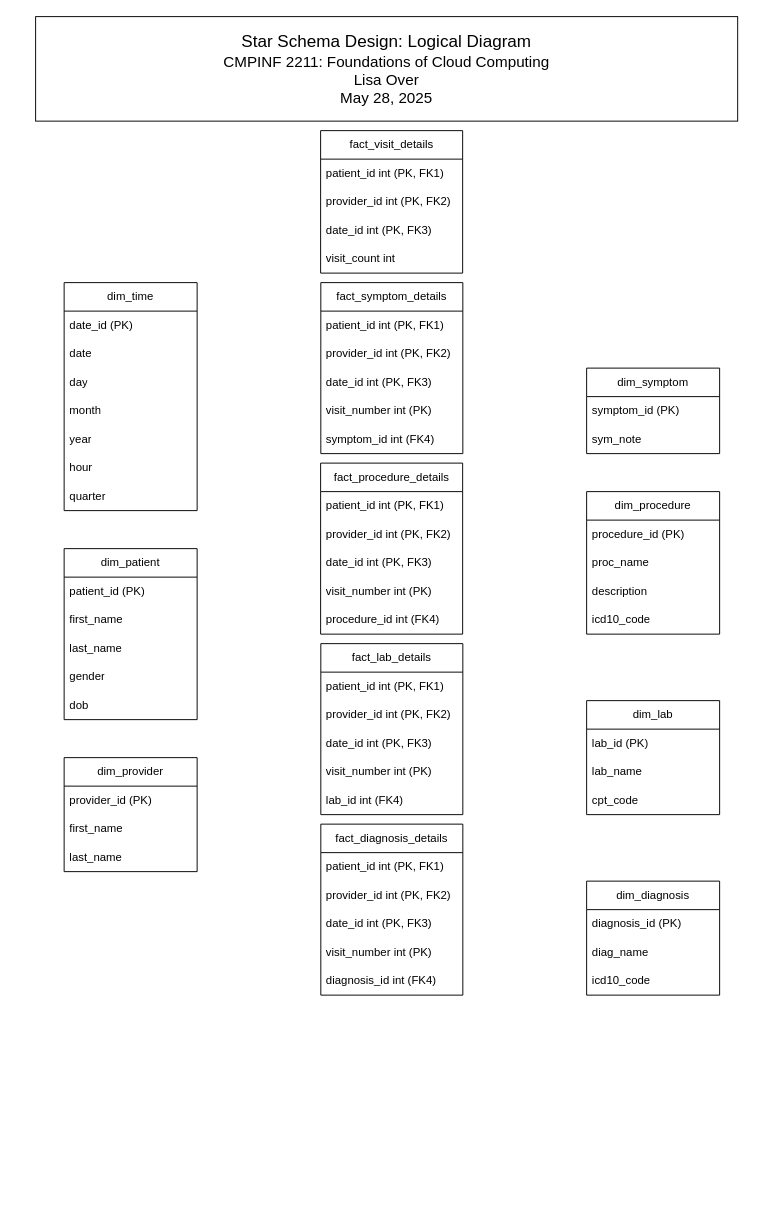
This is EMR_Star_Schema/emr_star_schema_logic_diagram.drawio from sandbox-lisa/drawio, a draw.io file, before an edit. Source tidied: cells renumbered, new cells numbered last; positions are measured from the earlier drawing's top-left corner, leaving out a move shared by most shapes. Both pictures are drawn from the tidied source at 95%, with x=0, y=0 at pixel (35, 16).
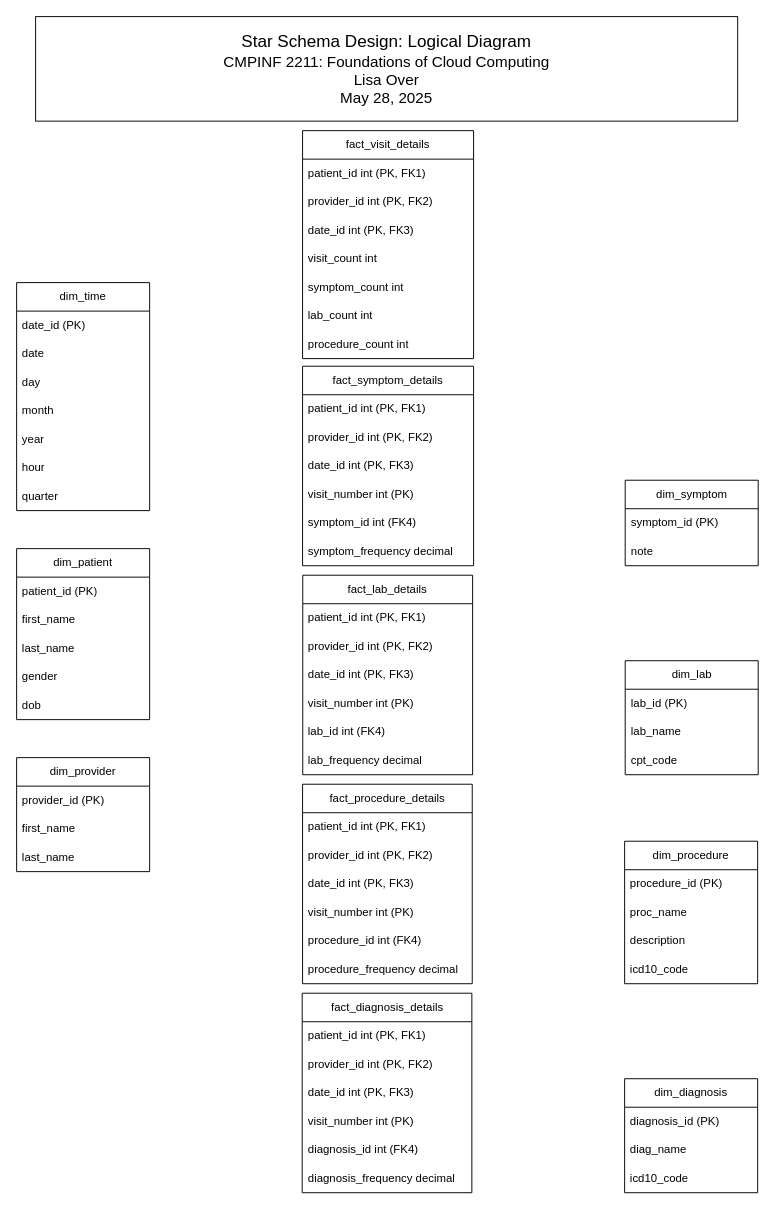
The same page after the edit.

The edit, as a diff of the source:
```diff
@@
     <mxCell id="2" value="fact_visit_details" style="swimlane;fontStyle=0;horizontal=1;startSize=30;whiteSpace=wrap;html=1;" parent="1" vertex="1">
-      <mxGeometry x="300" y="120" width="149.5" height="150" as="geometry" />
+      <mxGeometry x="281" y="120" width="180" height="240" as="geometry" />
     </mxCell>
     <mxCell id="3" value="patient_id int (PK, FK1)" style="text;strokeColor=none;fillColor=none;align=left;verticalAlign=middle;spacingLeft=4;spacingRight=4;overflow=hidden;whiteSpace=wrap;html=1;" parent="2" vertex="1">
-      <mxGeometry y="30" width="149.5" height="30" as="geometry" />
+      <mxGeometry y="30" width="180" height="30" as="geometry" />
     </mxCell>
     <mxCell id="4" value="provider_id int (PK, FK2)" style="text;strokeColor=none;fillColor=none;align=left;verticalAlign=middle;spacingLeft=4;spacingRight=4;overflow=hidden;whiteSpace=wrap;html=1;" parent="2" vertex="1">
-      <mxGeometry y="60" width="149.5" height="30" as="geometry" />
+      <mxGeometry y="60" width="180" height="30" as="geometry" />
     </mxCell>
     <mxCell id="5" value="date_id int (PK, FK3)" style="text;strokeColor=none;fillColor=none;align=left;verticalAlign=middle;spacingLeft=4;spacingRight=4;overflow=hidden;whiteSpace=wrap;html=1;" parent="2" vertex="1">
-      <mxGeometry y="90" width="149.5" height="30" as="geometry" />
+      <mxGeometry y="90" width="180" height="30" as="geometry" />
     </mxCell>
     <mxCell id="6" value="visit_count int" style="text;strokeColor=none;fillColor=none;align=left;verticalAlign=middle;spacingLeft=4;spacingRight=4;overflow=hidden;whiteSpace=wrap;html=1;" parent="2" vertex="1">
-      <mxGeometry y="120" width="149.5" height="30" as="geometry" />
+      <mxGeometry y="120" width="180" height="30" as="geometry" />
     </mxCell>
+    <mxCell id="66" value="symptom_count int" style="text;strokeColor=none;fillColor=none;align=left;verticalAlign=middle;spacingLeft=4;spacingRight=4;overflow=hidden;whiteSpace=wrap;html=1;" parent="2" vertex="1">
+      <mxGeometry y="150" width="180" height="30" as="geometry" />
+    </mxCell>
+    <mxCell id="67" value="lab_count int" style="text;strokeColor=none;fillColor=none;align=left;verticalAlign=middle;spacingLeft=4;spacingRight=4;overflow=hidden;whiteSpace=wrap;html=1;" parent="2" vertex="1">
+      <mxGeometry y="180" width="180" height="30" as="geometry" />
+    </mxCell>
+    <mxCell id="68" value="procedure_count int" style="text;strokeColor=none;fillColor=none;align=left;verticalAlign=middle;spacingLeft=4;spacingRight=4;overflow=hidden;whiteSpace=wrap;html=1;" parent="2" vertex="1">
+      <mxGeometry y="210" width="180" height="30" as="geometry" />
+    </mxCell>
     <mxCell id="7" value="dim_time" style="swimlane;fontStyle=0;horizontal=1;startSize=30;whiteSpace=wrap;html=1;" parent="1" vertex="1">
-      <mxGeometry x="30" y="280" width="140" height="240" as="geometry" />
+      <mxGeometry x="-20" y="280" width="140" height="240" as="geometry" />
     </mxCell>
@@
     <mxCell id="15" value="dim_patient" style="swimlane;fontStyle=0;horizontal=1;startSize=30;whiteSpace=wrap;html=1;" parent="1" vertex="1">
-      <mxGeometry x="30" y="560" width="140" height="180" as="geometry" />
+      <mxGeometry x="-20" y="560" width="140" height="180" as="geometry" />
     </mxCell>
@@
     <mxCell id="21" value="dim_provider" style="swimlane;fontStyle=0;horizontal=1;startSize=30;whiteSpace=wrap;html=1;" parent="1" vertex="1">
-      <mxGeometry x="30" y="780" width="140" height="120" as="geometry" />
+      <mxGeometry x="-20" y="780" width="140" height="120" as="geometry" />
     </mxCell>
@@
-    <mxCell id="25" value="dim_procedure" style="swimlane;fontStyle=0;horizontal=1;startSize=30;whiteSpace=wrap;html=1;" parent="1" vertex="1">
-      <mxGeometry x="580" y="500" width="140" height="150" as="geometry" />
-    </mxCell>
-    <mxCell id="26" value="procedure_id (PK)" style="text;strokeColor=none;fillColor=none;align=left;verticalAlign=middle;spacingLeft=4;spacingRight=4;overflow=hidden;whiteSpace=wrap;html=1;" parent="25" vertex="1">
-      <mxGeometry y="30" width="140" height="30" as="geometry" />
-    </mxCell>
-    <mxCell id="27" value="proc_name" style="text;strokeColor=none;fillColor=none;align=left;verticalAlign=middle;spacingLeft=4;spacingRight=4;overflow=hidden;whiteSpace=wrap;html=1;" parent="25" vertex="1">
-      <mxGeometry y="60" width="140" height="30" as="geometry" />
-    </mxCell>
-    <mxCell id="28" value="description" style="text;strokeColor=none;fillColor=none;align=left;verticalAlign=middle;spacingLeft=4;spacingRight=4;overflow=hidden;whiteSpace=wrap;html=1;" parent="25" vertex="1">
-      <mxGeometry y="90" width="140" height="30" as="geometry" />
-    </mxCell>
-    <mxCell id="29" value="icd10_code" style="text;strokeColor=none;fillColor=none;align=left;verticalAlign=middle;spacingLeft=4;spacingRight=4;overflow=hidden;whiteSpace=wrap;html=1;" parent="25" vertex="1">
-      <mxGeometry y="120" width="140" height="30" as="geometry" />
-    </mxCell>
     <mxCell id="30" value="dim_diagnosis" style="swimlane;fontStyle=0;horizontal=1;startSize=30;whiteSpace=wrap;html=1;" parent="1" vertex="1">
-      <mxGeometry x="580" y="910" width="140" height="120" as="geometry" />
+      <mxGeometry x="620" y="1118" width="140" height="120" as="geometry" />
     </mxCell>
@@
     <mxCell id="34" value="dim_symptom" style="swimlane;fontStyle=0;horizontal=1;startSize=30;whiteSpace=wrap;html=1;" parent="1" vertex="1">
-      <mxGeometry x="580" y="370" width="140" height="90" as="geometry" />
+      <mxGeometry x="620.6" y="488" width="140" height="90" as="geometry" />
     </mxCell>
@@
-    <mxCell id="36" value="sym_note" style="text;strokeColor=none;fillColor=none;align=left;verticalAlign=middle;spacingLeft=4;spacingRight=4;overflow=hidden;whiteSpace=wrap;html=1;" parent="34" vertex="1">
+    <mxCell id="36" value="note" style="text;strokeColor=none;fillColor=none;align=left;verticalAlign=middle;spacingLeft=4;spacingRight=4;overflow=hidden;whiteSpace=wrap;html=1;" parent="34" vertex="1">
       <mxGeometry y="60" width="140" height="30" as="geometry" />
     </mxCell>
@@
     <mxCell id="38" value="fact_symptom_details" style="swimlane;fontStyle=0;horizontal=1;startSize=30;whiteSpace=wrap;html=1;" parent="1" vertex="1">
-      <mxGeometry x="300.2" y="280" width="149.5" height="180" as="geometry" />
+      <mxGeometry x="281" y="368" width="180" height="210" as="geometry" />
     </mxCell>
     <mxCell id="39" value="patient_id int (PK, FK1)" style="text;strokeColor=none;fillColor=none;align=left;verticalAlign=middle;spacingLeft=4;spacingRight=4;overflow=hidden;whiteSpace=wrap;html=1;" parent="38" vertex="1">
-      <mxGeometry y="30" width="149.5" height="30" as="geometry" />
+      <mxGeometry y="30" width="180" height="30" as="geometry" />
     </mxCell>
     <mxCell id="40" value="provider_id int (PK, FK2)" style="text;strokeColor=none;fillColor=none;align=left;verticalAlign=middle;spacingLeft=4;spacingRight=4;overflow=hidden;whiteSpace=wrap;html=1;" parent="38" vertex="1">
-      <mxGeometry y="60" width="149.5" height="30" as="geometry" />
+      <mxGeometry y="60" width="180" height="30" as="geometry" />
     </mxCell>
     <mxCell id="41" value="date_id int (PK, FK3)" style="text;strokeColor=none;fillColor=none;align=left;verticalAlign=middle;spacingLeft=4;spacingRight=4;overflow=hidden;whiteSpace=wrap;html=1;" parent="38" vertex="1">
-      <mxGeometry y="90" width="149.5" height="30" as="geometry" />
+      <mxGeometry y="90" width="180" height="30" as="geometry" />
     </mxCell>
     <mxCell id="42" value="visit_number int (PK)" style="text;strokeColor=none;fillColor=none;align=left;verticalAlign=middle;spacingLeft=4;spacingRight=4;overflow=hidden;whiteSpace=wrap;html=1;" parent="38" vertex="1">
-      <mxGeometry y="120" width="149.5" height="30" as="geometry" />
+      <mxGeometry y="120" width="180" height="30" as="geometry" />
     </mxCell>
     <mxCell id="43" value="symptom_id int&amp;nbsp;(FK4)" style="text;strokeColor=none;fillColor=none;align=left;verticalAlign=middle;spacingLeft=4;spacingRight=4;overflow=hidden;whiteSpace=wrap;html=1;" parent="38" vertex="1">
-      <mxGeometry y="150" width="149.5" height="30" as="geometry" />
+      <mxGeometry y="150" width="180" height="30" as="geometry" />
     </mxCell>
+    <mxCell id="69" value="symptom_frequency decimal" style="text;strokeColor=none;fillColor=none;align=left;verticalAlign=middle;spacingLeft=4;spacingRight=4;overflow=hidden;whiteSpace=wrap;html=1;" parent="38" vertex="1">
+      <mxGeometry y="180" width="180" height="30" as="geometry" />
+    </mxCell>
     <mxCell id="44" value="fact_procedure_details" style="swimlane;fontStyle=0;horizontal=1;startSize=30;whiteSpace=wrap;html=1;" parent="1" vertex="1">
-      <mxGeometry x="300" y="470" width="149.5" height="180" as="geometry" />
+      <mxGeometry x="281" y="808" width="178.6" height="210" as="geometry" />
     </mxCell>
     <mxCell id="45" value="patient_id int (PK, FK1)" style="text;strokeColor=none;fillColor=none;align=left;verticalAlign=middle;spacingLeft=4;spacingRight=4;overflow=hidden;whiteSpace=wrap;html=1;" parent="44" vertex="1">
-      <mxGeometry y="30" width="149.5" height="30" as="geometry" />
+      <mxGeometry y="30" width="178.6" height="30" as="geometry" />
     </mxCell>
     <mxCell id="46" value="provider_id int (PK, FK2)" style="text;strokeColor=none;fillColor=none;align=left;verticalAlign=middle;spacingLeft=4;spacingRight=4;overflow=hidden;whiteSpace=wrap;html=1;" parent="44" vertex="1">
-      <mxGeometry y="60" width="149.5" height="30" as="geometry" />
+      <mxGeometry y="60" width="178.6" height="30" as="geometry" />
     </mxCell>
     <mxCell id="47" value="date_id int (PK, FK3)" style="text;strokeColor=none;fillColor=none;align=left;verticalAlign=middle;spacingLeft=4;spacingRight=4;overflow=hidden;whiteSpace=wrap;html=1;" parent="44" vertex="1">
-      <mxGeometry y="90" width="149.5" height="30" as="geometry" />
+      <mxGeometry y="90" width="178.6" height="30" as="geometry" />
     </mxCell>
     <mxCell id="48" value="visit_number int (PK)" style="text;strokeColor=none;fillColor=none;align=left;verticalAlign=middle;spacingLeft=4;spacingRight=4;overflow=hidden;whiteSpace=wrap;html=1;" parent="44" vertex="1">
-      <mxGeometry y="120" width="149.5" height="30" as="geometry" />
+      <mxGeometry y="120" width="178.6" height="30" as="geometry" />
     </mxCell>
     <mxCell id="49" value="procedure_id int&amp;nbsp;(FK4)" style="text;strokeColor=none;fillColor=none;align=left;verticalAlign=middle;spacingLeft=4;spacingRight=4;overflow=hidden;whiteSpace=wrap;html=1;" parent="44" vertex="1">
-      <mxGeometry y="150" width="149.5" height="30" as="geometry" />
+      <mxGeometry y="150" width="178.6" height="30" as="geometry" />
     </mxCell>
+    <mxCell id="70" value="procedure_frequency decimal" style="text;strokeColor=none;fillColor=none;align=left;verticalAlign=middle;spacingLeft=4;spacingRight=4;overflow=hidden;whiteSpace=wrap;html=1;" parent="44" vertex="1">
+      <mxGeometry y="180" width="178.6" height="30" as="geometry" />
+    </mxCell>
     <mxCell id="50" value="fact_lab_details" style="swimlane;fontStyle=0;horizontal=1;startSize=30;whiteSpace=wrap;html=1;" parent="1" vertex="1">
-      <mxGeometry x="300.2" y="660" width="149.5" height="180" as="geometry" />
+      <mxGeometry x="281.2" y="588" width="178.8" height="210" as="geometry" />
     </mxCell>
     <mxCell id="51" value="patient_id int (PK, FK1)" style="text;strokeColor=none;fillColor=none;align=left;verticalAlign=middle;spacingLeft=4;spacingRight=4;overflow=hidden;whiteSpace=wrap;html=1;" parent="50" vertex="1">
-      <mxGeometry y="30" width="149.5" height="30" as="geometry" />
+      <mxGeometry y="30" width="178.8" height="30" as="geometry" />
     </mxCell>
     <mxCell id="52" value="provider_id int (PK, FK2)" style="text;strokeColor=none;fillColor=none;align=left;verticalAlign=middle;spacingLeft=4;spacingRight=4;overflow=hidden;whiteSpace=wrap;html=1;" parent="50" vertex="1">
-      <mxGeometry y="60" width="149.5" height="30" as="geometry" />
+      <mxGeometry y="60" width="178.8" height="30" as="geometry" />
     </mxCell>
     <mxCell id="53" value="date_id int (PK, FK3)" style="text;strokeColor=none;fillColor=none;align=left;verticalAlign=middle;spacingLeft=4;spacingRight=4;overflow=hidden;whiteSpace=wrap;html=1;" parent="50" vertex="1">
-      <mxGeometry y="90" width="149.5" height="30" as="geometry" />
+      <mxGeometry y="90" width="178.8" height="30" as="geometry" />
     </mxCell>
     <mxCell id="54" value="visit_number&amp;nbsp;int (PK)" style="text;strokeColor=none;fillColor=none;align=left;verticalAlign=middle;spacingLeft=4;spacingRight=4;overflow=hidden;whiteSpace=wrap;html=1;" parent="50" vertex="1">
-      <mxGeometry y="120" width="149.5" height="30" as="geometry" />
+      <mxGeometry y="120" width="178.8" height="30" as="geometry" />
     </mxCell>
     <mxCell id="55" value="lab_id&amp;nbsp;int&amp;nbsp;(FK4)" style="text;strokeColor=none;fillColor=none;align=left;verticalAlign=middle;spacingLeft=4;spacingRight=4;overflow=hidden;whiteSpace=wrap;html=1;" parent="50" vertex="1">
-      <mxGeometry y="150" width="149.5" height="30" as="geometry" />
+      <mxGeometry y="150" width="178.8" height="30" as="geometry" />
     </mxCell>
+    <mxCell id="71" value="lab_frequency decimal" style="text;strokeColor=none;fillColor=none;align=left;verticalAlign=middle;spacingLeft=4;spacingRight=4;overflow=hidden;whiteSpace=wrap;html=1;" parent="50" vertex="1">
+      <mxGeometry y="180" width="178.8" height="30" as="geometry" />
+    </mxCell>
     <mxCell id="56" value="fact_diagnosis_details" style="swimlane;fontStyle=0;horizontal=1;startSize=30;whiteSpace=wrap;html=1;" parent="1" vertex="1">
-      <mxGeometry x="300.2" y="850" width="149.5" height="180" as="geometry" />
+      <mxGeometry x="280.6" y="1028" width="178.6" height="210" as="geometry" />
     </mxCell>
     <mxCell id="57" value="patient_id int (PK, FK1)" style="text;strokeColor=none;fillColor=none;align=left;verticalAlign=middle;spacingLeft=4;spacingRight=4;overflow=hidden;whiteSpace=wrap;html=1;" parent="56" vertex="1">
-      <mxGeometry y="30" width="149.5" height="30" as="geometry" />
+      <mxGeometry y="30" width="178.6" height="30" as="geometry" />
     </mxCell>
     <mxCell id="58" value="provider_id int (PK, FK2)" style="text;strokeColor=none;fillColor=none;align=left;verticalAlign=middle;spacingLeft=4;spacingRight=4;overflow=hidden;whiteSpace=wrap;html=1;" parent="56" vertex="1">
-      <mxGeometry y="60" width="149.5" height="30" as="geometry" />
+      <mxGeometry y="60" width="178.6" height="30" as="geometry" />
     </mxCell>
     <mxCell id="59" value="date_id int (PK, FK3)" style="text;strokeColor=none;fillColor=none;align=left;verticalAlign=middle;spacingLeft=4;spacingRight=4;overflow=hidden;whiteSpace=wrap;html=1;" parent="56" vertex="1">
-      <mxGeometry y="90" width="149.5" height="30" as="geometry" />
+      <mxGeometry y="90" width="178.6" height="30" as="geometry" />
     </mxCell>
     <mxCell id="60" value="visit_number&amp;nbsp;int (PK)" style="text;strokeColor=none;fillColor=none;align=left;verticalAlign=middle;spacingLeft=4;spacingRight=4;overflow=hidden;whiteSpace=wrap;html=1;" parent="56" vertex="1">
-      <mxGeometry y="120" width="149.5" height="30" as="geometry" />
+      <mxGeometry y="120" width="178.6" height="30" as="geometry" />
     </mxCell>
     <mxCell id="61" value="diagnosis_id&amp;nbsp;int&amp;nbsp;(FK4)" style="text;strokeColor=none;fillColor=none;align=left;verticalAlign=middle;spacingLeft=4;spacingRight=4;overflow=hidden;whiteSpace=wrap;html=1;" parent="56" vertex="1">
-      <mxGeometry y="150" width="149.5" height="30" as="geometry" />
+      <mxGeometry y="150" width="178.6" height="30" as="geometry" />
     </mxCell>
+    <mxCell id="72" value="diagnosis_frequency decimal" style="text;strokeColor=none;fillColor=none;align=left;verticalAlign=middle;spacingLeft=4;spacingRight=4;overflow=hidden;whiteSpace=wrap;html=1;" parent="56" vertex="1">
+      <mxGeometry y="180" width="178.6" height="30" as="geometry" />
+    </mxCell>
     <mxCell id="62" value="dim_lab" style="swimlane;fontStyle=0;horizontal=1;startSize=30;whiteSpace=wrap;html=1;" parent="1" vertex="1">
-      <mxGeometry x="580" y="720" width="140" height="120" as="geometry" />
+      <mxGeometry x="620.6" y="678" width="140" height="120" as="geometry" />
     </mxCell>
@@
+    <mxCell id="25" value="dim_procedure" style="swimlane;fontStyle=0;horizontal=1;startSize=30;whiteSpace=wrap;html=1;" parent="1" vertex="1">
+      <mxGeometry x="620" y="868" width="140" height="150" as="geometry" />
+    </mxCell>
+    <mxCell id="26" value="procedure_id (PK)" style="text;strokeColor=none;fillColor=none;align=left;verticalAlign=middle;spacingLeft=4;spacingRight=4;overflow=hidden;whiteSpace=wrap;html=1;" parent="25" vertex="1">
+      <mxGeometry y="30" width="140" height="30" as="geometry" />
+    </mxCell>
+    <mxCell id="27" value="proc_name" style="text;strokeColor=none;fillColor=none;align=left;verticalAlign=middle;spacingLeft=4;spacingRight=4;overflow=hidden;whiteSpace=wrap;html=1;" parent="25" vertex="1">
+      <mxGeometry y="60" width="140" height="30" as="geometry" />
+    </mxCell>
+    <mxCell id="28" value="description" style="text;strokeColor=none;fillColor=none;align=left;verticalAlign=middle;spacingLeft=4;spacingRight=4;overflow=hidden;whiteSpace=wrap;html=1;" parent="25" vertex="1">
+      <mxGeometry y="90" width="140" height="30" as="geometry" />
+    </mxCell>
+    <mxCell id="29" value="icd10_code" style="text;strokeColor=none;fillColor=none;align=left;verticalAlign=middle;spacingLeft=4;spacingRight=4;overflow=hidden;whiteSpace=wrap;html=1;" parent="25" vertex="1">
+      <mxGeometry y="120" width="140" height="30" as="geometry" />
+    </mxCell>
```
